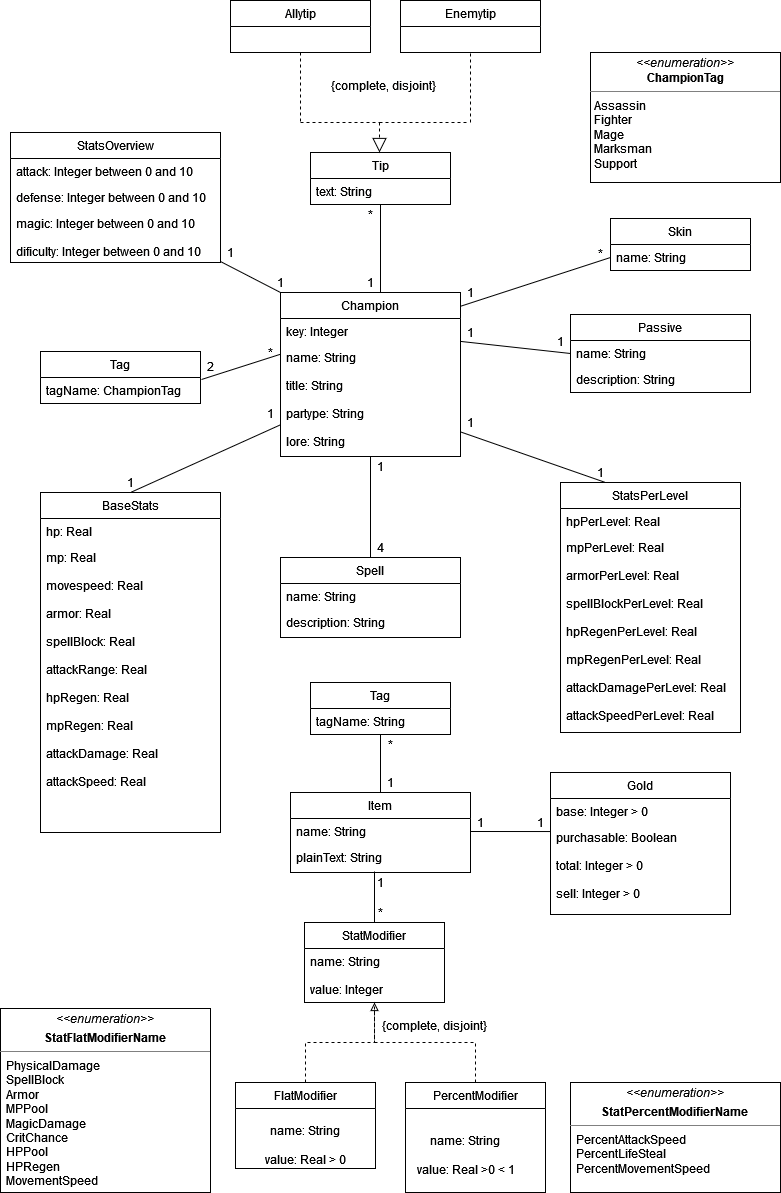
Earlier version of the draw.io export docs/UML.png (MiNeves00/PRI2021). Source tidied: cells renumbered, new cells last; positions are measured from the earlier drawing's top-left corner, leaving out a move shared by most shapes.
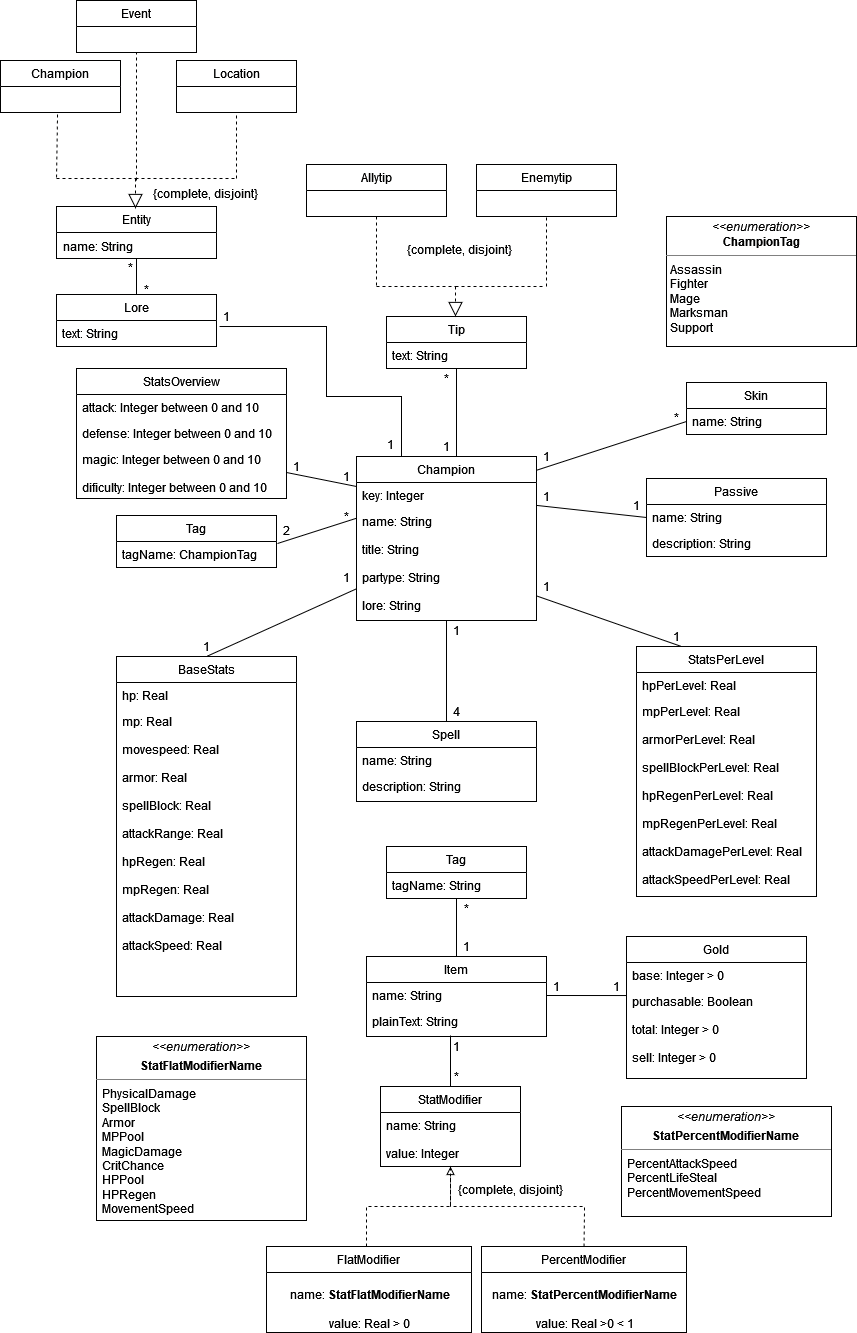
After the change.

What changed in the source:
```diff
@@ -43,7 +43,7 @@
       <mxGeometry x="460" y="322" width="20" height="20" as="geometry" />
     </mxCell>
     <mxCell id="14" value="StatsOverview" style="swimlane;fontStyle=0;horizontal=1;startSize=26;fillColor=none;" parent="1" vertex="1">
-      <mxGeometry x="10" y="132" width="210" height="130" as="geometry" />
+      <mxGeometry y="204" width="210" height="130" as="geometry" />
     </mxCell>
     <mxCell id="15" value="attack: Integer between 0 and 10" style="text;strokeColor=none;fillColor=none;align=left;verticalAlign=top;spacingLeft=4;spacingRight=4;overflow=hidden;" parent="14" vertex="1">
       <mxGeometry y="26" width="210" height="26" as="geometry" />
@@ -54,14 +54,16 @@
     <mxCell id="17" value="magic: Integer between 0 and 10&#10;&#10;dificulty: Integer between 0 and 10&#10;&#10;" style="text;strokeColor=none;fillColor=none;align=left;verticalAlign=top;spacingLeft=4;spacingRight=4;overflow=hidden;points=[[0,0.5],[1,0.5]];portConstraint=eastwest;" parent="14" vertex="1">
       <mxGeometry y="78" width="210" height="52" as="geometry" />
     </mxCell>
-    <mxCell id="18" style="endArrow=none;html=1;rounded=0;entryX=0;entryY=0;entryDx=0;entryDy=0;exitX=1;exitY=0.981;exitDx=0;exitDy=0;exitPerimeter=0;" parent="1" edge="1" source="17" target="2">
-      <mxGeometry relative="1" as="geometry" />
+    <mxCell id="18" style="endArrow=none;html=1;rounded=0;exitX=1;exitY=0.5;exitDx=0;exitDy=0;" parent="1" edge="1" source="17">
+      <mxGeometry relative="1" as="geometry">
+        <mxPoint x="280" y="322" as="targetPoint" />
+      </mxGeometry>
     </mxCell>
     <mxCell id="19" value="1" style="text;html=1;align=center;verticalAlign=middle;strokeColor=none;fillColor=none;" parent="1" vertex="1">
-      <mxGeometry x="220" y="242" width="20" height="20" as="geometry" />
+      <mxGeometry x="210" y="292" width="20" height="20" as="geometry" />
     </mxCell>
     <mxCell id="20" value="1" style="text;html=1;align=center;verticalAlign=middle;strokeColor=none;fillColor=none;" parent="1" vertex="1">
-      <mxGeometry x="270" y="272" width="20" height="20" as="geometry" />
+      <mxGeometry x="260" y="302" width="20" height="20" as="geometry" />
     </mxCell>
     <mxCell id="21" value="BaseStats" style="swimlane;fontStyle=0;horizontal=1;startSize=26;fillColor=none;" parent="1" vertex="1">
       <mxGeometry x="40" y="492" width="180" height="340" as="geometry" />
@@ -264,27 +266,28 @@
       <mxGeometry x="180" y="351" width="60" height="30" as="geometry" />
     </mxCell>
     <mxCell id="82" value="&lt;p style=&quot;margin: 0px ; margin-top: 4px ; text-align: center&quot;&gt;&lt;i&gt;&amp;lt;&amp;lt;enumeration&amp;gt;&amp;gt;&lt;/i&gt;&lt;/p&gt;&lt;p style=&quot;margin: 0px ; margin-top: 4px ; text-align: center&quot;&gt;&lt;b&gt;StatFlatModifierName&lt;/b&gt;&lt;br&gt;&lt;/p&gt;&lt;hr size=&quot;1&quot;&gt;&lt;div&gt;&amp;nbsp; PhysicalDamage&lt;/div&gt;&lt;div&gt;&amp;nbsp; SpellBlock&lt;/div&gt;&lt;div&gt;&amp;nbsp; Armor&lt;/div&gt;&lt;div&gt;&amp;nbsp; MPPool&lt;/div&gt;&lt;div&gt;&amp;nbsp; MagicDamage&lt;/div&gt;&lt;div&gt;&amp;nbsp; CritChance&lt;/div&gt;&lt;div&gt;&amp;nbsp; HPPool&lt;/div&gt;&lt;div&gt;&amp;nbsp; HPRegen&lt;/div&gt;&lt;div&gt;&amp;nbsp; MovementSpeed&lt;br&gt;&lt;/div&gt;&lt;p style=&quot;margin: 0px ; margin-left: 4px&quot;&gt;&lt;br&gt;&lt;/p&gt;&lt;p style=&quot;margin: 0px ; margin-left: 4px&quot;&gt;&lt;br&gt;&lt;/p&gt;&lt;p style=&quot;margin: 0px ; margin-left: 4px&quot;&gt;&lt;br&gt;&lt;/p&gt;&lt;p style=&quot;margin: 0px ; margin-left: 4px&quot;&gt;&lt;br&gt;&lt;/p&gt;&lt;p style=&quot;margin: 0px ; margin-left: 4px&quot;&gt;&lt;br&gt;&lt;/p&gt;&lt;hr size=&quot;1&quot;&gt;&lt;p style=&quot;margin: 0px ; margin-left: 4px&quot;&gt;&lt;br&gt;&lt;/p&gt;" style="verticalAlign=top;align=left;overflow=fill;fontSize=12;fontFamily=Helvetica;html=1;" parent="1" vertex="1">
-      <mxGeometry y="1008" width="210" height="184" as="geometry" />
+      <mxGeometry x="20" y="872" width="210" height="184" as="geometry" />
     </mxCell>
     <mxCell id="83" value="FlatModifier" style="swimlane;fontStyle=0;horizontal=1;startSize=26;fillColor=none;" parent="1" vertex="1">
-      <mxGeometry x="235" y="1082" width="140" height="86" as="geometry" />
+      <mxGeometry x="190" y="1082" width="205" height="86" as="geometry" />
     </mxCell>
-    <mxCell id="84" value="&lt;br&gt;name: String&lt;br&gt;&lt;br&gt;value: Real &amp;gt; 0&lt;br&gt;" style="text;html=1;align=center;verticalAlign=middle;strokeColor=none;fillColor=none;" parent="83" vertex="1">
-      <mxGeometry y="26" width="140" height="60" as="geometry" />
+    <mxCell id="84" value="&lt;br&gt;name:&amp;nbsp;&lt;b&gt;StatFlatModifierName&lt;/b&gt;&lt;br&gt;&lt;br&gt;value: Real &amp;gt; 0" style="text;html=1;align=center;verticalAlign=middle;strokeColor=none;fillColor=none;" parent="83" vertex="1">
+      <mxGeometry y="26" width="205" height="60" as="geometry" />
     </mxCell>
     <mxCell id="85" value="PercentModifier" style="swimlane;fontStyle=0;horizontal=1;startSize=26;fillColor=none;" parent="1" vertex="1">
-      <mxGeometry x="405" y="1082" width="140" height="110" as="geometry" />
+      <mxGeometry x="405" y="1082" width="205" height="86" as="geometry" />
     </mxCell>
+    <mxCell id="87" value="&lt;br&gt;name:&amp;nbsp;&lt;b&gt;StatPercentModifierName&lt;/b&gt;&lt;br&gt;&lt;br&gt;value: Real &amp;gt;0 &amp;lt; 1" style="text;html=1;align=center;verticalAlign=middle;strokeColor=none;fillColor=none;" parent="85" vertex="1">
+      <mxGeometry y="26" width="205" height="60" as="geometry" />
+    </mxCell>
     <mxCell id="86" value="&lt;div style=&quot;text-align: center&quot;&gt;&lt;span&gt;&lt;font face=&quot;helvetica&quot;&gt;{complete, disjoint}&lt;/font&gt;&lt;/span&gt;&lt;/div&gt;" style="text;whiteSpace=wrap;html=1;" parent="1" vertex="1">
       <mxGeometry x="380" y="1012" width="110" height="30" as="geometry" />
     </mxCell>
-    <mxCell id="87" value="&lt;br&gt;name: String&lt;br&gt;&lt;br&gt;value: Real &amp;gt;0 &amp;lt; 1&lt;br&gt;" style="text;html=1;align=center;verticalAlign=middle;strokeColor=none;fillColor=none;" parent="1" vertex="1">
-      <mxGeometry x="410" y="1118" width="110" height="60" as="geometry" />
-    </mxCell>
-    <mxCell id="88" style="endArrow=block;dashed=1;html=1;rounded=0;exitX=0.5;exitY=0;exitDx=0;exitDy=0;entryX=0.5;entryY=1;entryDx=0;entryDy=0;strokeColor=default;endFill=0;" parent="1" edge="1" source="83" target="53">
+    <mxCell id="88" style="endArrow=block;dashed=1;html=1;rounded=0;entryX=0.5;entryY=1;entryDx=0;entryDy=0;strokeColor=default;endFill=0;" parent="1" edge="1" target="53">
       <mxGeometry relative="1" as="geometry">
+        <mxPoint x="290" y="1082" as="sourcePoint" />
         <Array as="points">
-          <mxPoint x="305" y="1042" />
+          <mxPoint x="290" y="1042" />
           <mxPoint x="374" y="1042" />
         </Array>
       </mxGeometry>
@@ -292,13 +295,96 @@
     <mxCell id="89" style="endArrow=none;dashed=1;html=1;rounded=0;strokeColor=default;exitX=0.5;exitY=0;exitDx=0;exitDy=0;entryX=0.5;entryY=1;entryDx=0;entryDy=0;" parent="1" edge="1" source="85" target="53">
       <mxGeometry relative="1" as="geometry">
         <Array as="points">
-          <mxPoint x="475" y="1042" />
+          <mxPoint x="508" y="1042" />
           <mxPoint x="374" y="1042" />
         </Array>
       </mxGeometry>
     </mxCell>
     <mxCell id="90" value="&lt;p style=&quot;margin: 0px ; margin-top: 4px ; text-align: center&quot;&gt;&lt;i&gt;&amp;lt;&amp;lt;enumeration&amp;gt;&amp;gt;&lt;/i&gt;&lt;/p&gt;&lt;p style=&quot;margin: 0px ; margin-top: 4px ; text-align: center&quot;&gt;&lt;b&gt;StatPercentModifierName&lt;/b&gt;&lt;br&gt;&lt;/p&gt;&lt;hr size=&quot;1&quot;&gt;&lt;div&gt;&amp;nbsp; PercentAttackSpeed&lt;/div&gt;&lt;div&gt;&amp;nbsp; PercentLifeSteal&lt;/div&gt;&lt;div&gt;&amp;nbsp; PercentMovementSpeed&lt;/div&gt;&lt;br&gt;&lt;p style=&quot;margin: 0px ; margin-left: 4px&quot;&gt;&lt;br&gt;&lt;/p&gt;&lt;p style=&quot;margin: 0px ; margin-left: 4px&quot;&gt;&lt;br&gt;&lt;/p&gt;&lt;p style=&quot;margin: 0px ; margin-left: 4px&quot;&gt;&lt;br&gt;&lt;/p&gt;&lt;p style=&quot;margin: 0px ; margin-left: 4px&quot;&gt;&lt;br&gt;&lt;/p&gt;&lt;p style=&quot;margin: 0px ; margin-left: 4px&quot;&gt;&lt;br&gt;&lt;/p&gt;&lt;hr size=&quot;1&quot;&gt;&lt;p style=&quot;margin: 0px ; margin-left: 4px&quot;&gt;&lt;br&gt;&lt;/p&gt;" style="verticalAlign=top;align=left;overflow=fill;fontSize=12;fontFamily=Helvetica;html=1;" parent="1" vertex="1">
-      <mxGeometry x="570" y="1082" width="210" height="110" as="geometry" />
+      <mxGeometry x="545" y="942" width="210" height="110" as="geometry" />
     </mxCell>
+    <mxCell id="91" value="Lore" style="swimlane;fontStyle=0;horizontal=1;startSize=26;fillColor=none;" parent="1" vertex="1">
+      <mxGeometry x="-20" y="130" width="160" height="52" as="geometry" />
+    </mxCell>
+    <mxCell id="92" value="text: String" style="text;strokeColor=none;fillColor=none;align=left;verticalAlign=top;spacingLeft=4;spacingRight=4;overflow=hidden;points=[[0,0.5],[1,0.5]];portConstraint=eastwest;" parent="91" vertex="1">
+      <mxGeometry y="26" width="160" height="26" as="geometry" />
+    </mxCell>
+    <mxCell id="93" style="endArrow=none;html=1;rounded=0;exitX=1.019;exitY=0.231;exitDx=0;exitDy=0;entryX=0.25;entryY=0;entryDx=0;entryDy=0;exitPerimeter=0;" parent="1" edge="1" source="92" target="2">
+      <mxGeometry relative="1" as="geometry">
+        <Array as="points">
+          <mxPoint x="250" y="162" />
+          <mxPoint x="250" y="232" />
+          <mxPoint x="325" y="232" />
+        </Array>
+      </mxGeometry>
+    </mxCell>
+    <mxCell id="94" value="1" style="text;html=1;align=center;verticalAlign=middle;strokeColor=none;fillColor=none;" parent="1" vertex="1">
+      <mxGeometry x="140" y="142" width="20" height="20" as="geometry" />
+    </mxCell>
+    <mxCell id="95" value="1" style="text;html=1;align=center;verticalAlign=middle;strokeColor=none;fillColor=none;" parent="1" vertex="1">
+      <mxGeometry x="304" y="270" width="20" height="20" as="geometry" />
+    </mxCell>
+    <mxCell id="96" style="endArrow=block;dashed=1;endFill=0;endSize=12;html=1;rounded=0;" parent="1" edge="1">
+      <mxGeometry relative="1" as="geometry">
+        <mxPoint x="59" y="14" as="sourcePoint" />
+        <mxPoint x="59" y="44" as="targetPoint" />
+      </mxGeometry>
+    </mxCell>
+    <mxCell id="97" style="endArrow=none;dashed=1;html=1;rounded=0;exitX=0.475;exitY=1.077;exitDx=0;exitDy=0;exitPerimeter=0;" parent="1" edge="1">
+      <mxGeometry relative="1" as="geometry">
+        <mxPoint x="-19" y="-50" as="sourcePoint" />
+        <mxPoint x="-20" y="14" as="targetPoint" />
+      </mxGeometry>
+    </mxCell>
+    <mxCell id="98" style="endArrow=none;dashed=1;html=1;rounded=0;" parent="1" edge="1">
+      <mxGeometry relative="1" as="geometry">
+        <mxPoint x="-20" y="14" as="sourcePoint" />
+        <mxPoint x="60" y="14" as="targetPoint" />
+      </mxGeometry>
+    </mxCell>
+    <mxCell id="99" style="endArrow=none;dashed=1;html=1;rounded=0;entryX=0.5;entryY=1.038;entryDx=0;entryDy=0;entryPerimeter=0;" parent="1" edge="1">
+      <mxGeometry relative="1" as="geometry">
+        <mxPoint x="160" y="14" as="sourcePoint" />
+        <mxPoint x="160" y="-51" as="targetPoint" />
+      </mxGeometry>
+    </mxCell>
+    <mxCell id="100" style="endArrow=none;dashed=1;html=1;rounded=0;" parent="1" edge="1">
+      <mxGeometry relative="1" as="geometry">
+        <mxPoint x="59" y="14" as="sourcePoint" />
+        <mxPoint x="160" y="14" as="targetPoint" />
+      </mxGeometry>
+    </mxCell>
+    <mxCell id="101" value="&lt;div style=&quot;text-align: center&quot;&gt;&lt;span&gt;&lt;font face=&quot;helvetica&quot;&gt;{complete, disjoint}&lt;/font&gt;&lt;/span&gt;&lt;/div&gt;" style="text;whiteSpace=wrap;html=1;" parent="1" vertex="1">
+      <mxGeometry x="75" y="16" width="110" height="30" as="geometry" />
+    </mxCell>
+    <mxCell id="102" value="Location" style="swimlane;fontStyle=0;horizontal=1;startSize=26;fillColor=none;" parent="1" vertex="1">
+      <mxGeometry x="100" y="-104" width="120" height="52" as="geometry" />
+    </mxCell>
+    <mxCell id="103" value="Champion" style="swimlane;fontStyle=0;horizontal=1;startSize=26;fillColor=none;" parent="1" vertex="1">
+      <mxGeometry x="-76" y="-104" width="120" height="52" as="geometry" />
+    </mxCell>
+    <mxCell id="104" value="Event" style="swimlane;fontStyle=0;horizontal=1;startSize=26;fillColor=none;" parent="1" vertex="1">
+      <mxGeometry y="-164" width="120" height="52" as="geometry" />
+    </mxCell>
+    <mxCell id="105" style="endArrow=none;dashed=1;html=1;rounded=0;entryX=0.5;entryY=1;entryDx=0;entryDy=0;" parent="1" edge="1" target="104">
+      <mxGeometry relative="1" as="geometry">
+        <mxPoint x="60" y="16" as="sourcePoint" />
+      </mxGeometry>
+    </mxCell>
+    <mxCell id="106" value="Entity" style="swimlane;fontStyle=0;horizontal=1;startSize=26;fillColor=none;" parent="1" vertex="1">
+      <mxGeometry x="-20" y="42" width="160" height="52" as="geometry" />
+    </mxCell>
+    <mxCell id="107" style="endArrow=none;html=1;rounded=0;exitX=0.5;exitY=0;exitDx=0;exitDy=0;entryX=0.5;entryY=1;entryDx=0;entryDy=0;" parent="1" edge="1" source="91" target="106">
+      <mxGeometry relative="1" as="geometry" />
+    </mxCell>
+    <mxCell id="108" value="*" style="text;html=1;align=center;verticalAlign=middle;strokeColor=none;fillColor=none;" parent="1" vertex="1">
+      <mxGeometry x="60" y="115" width="20" height="20" as="geometry" />
+    </mxCell>
+    <mxCell id="109" value="*" style="text;html=1;align=center;verticalAlign=middle;strokeColor=none;fillColor=none;" parent="1" vertex="1">
+      <mxGeometry x="44" y="93" width="20" height="20" as="geometry" />
+    </mxCell>
+    <mxCell id="110" value="name: String" style="text;html=1;align=center;verticalAlign=middle;strokeColor=none;fillColor=none;" parent="1" vertex="1">
+      <mxGeometry x="-24" y="72" width="90" height="20" as="geometry" />
+    </mxCell>
   </root>
 </mxGraphModel>
```
